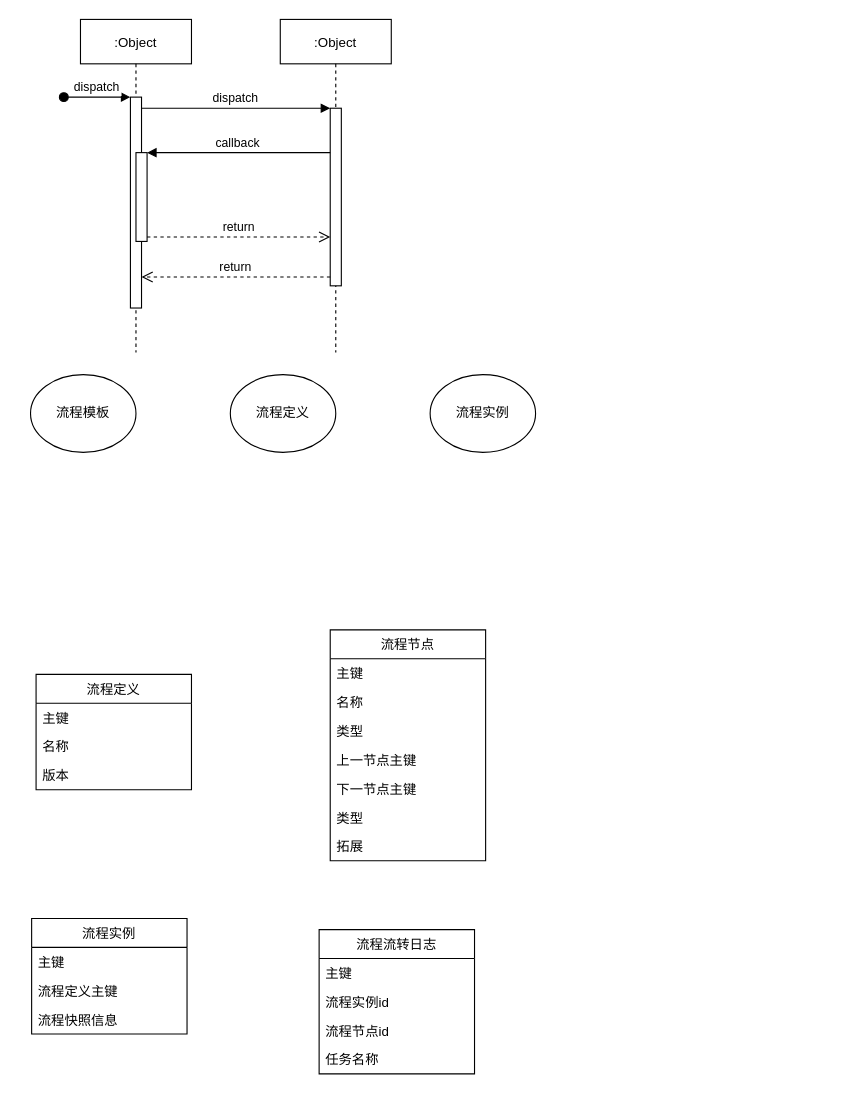
Earlier version of the draw.io diagram 工作流.drawio (zzuklj/draw-io-respository). Source tidied: cells renumbered, new cells numbered last; positions are measured from the earlier drawing's top-left corner, leaving out a move shared by most shapes. Both pictures are drawn from the tidied source at 111%, with x=0, y=0 at pixel (30, 19).
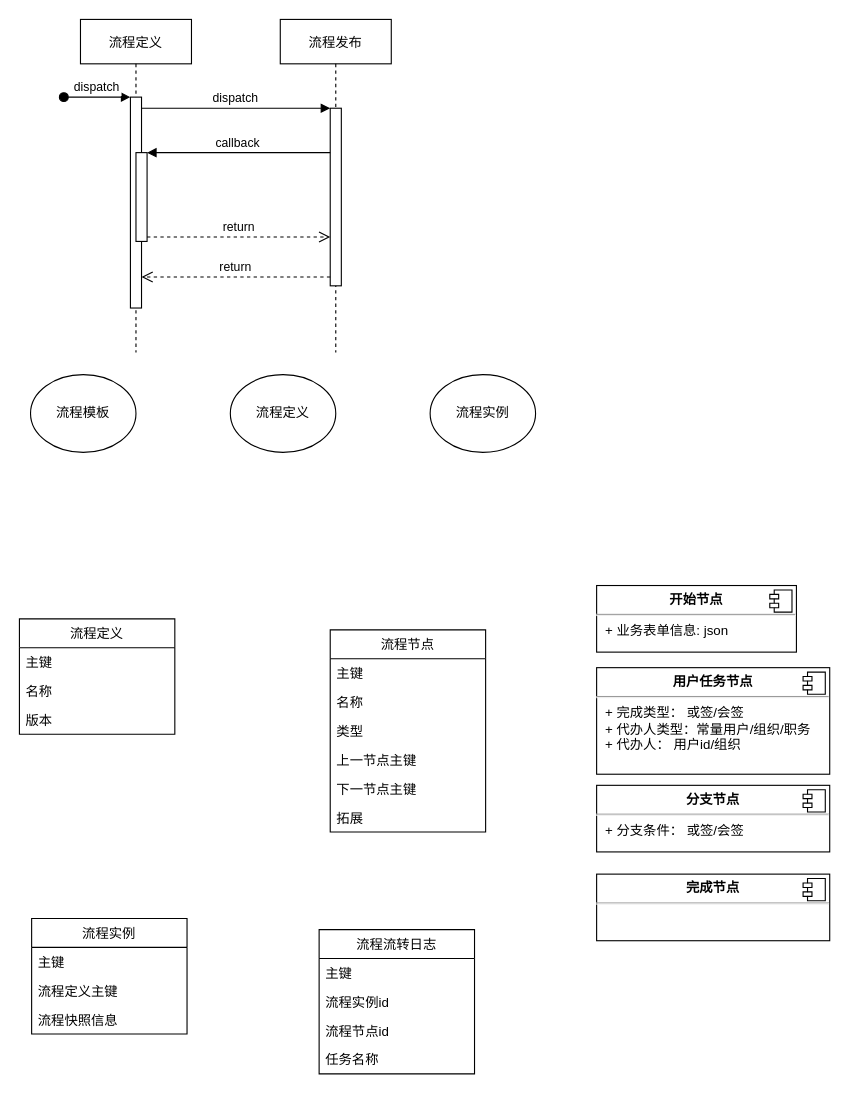
The same page after the edit.

The edit, as a diff of the source:
```diff
@@
-    <mxCell id="2" value=":Object" style="shape=umlLifeline;perimeter=lifelinePerimeter;rounded=0;shadow=0;strokeWidth=1;" parent="1" vertex="1">
+    <mxCell id="2" value="流程定义" style="shape=umlLifeline;perimeter=lifelinePerimeter;rounded=0;shadow=0;strokeWidth=1;" parent="1" vertex="1">
       <mxGeometry x="45" width="100" height="300" as="geometry" />
     </mxCell>
@@
-    <mxCell id="6" value=":Object" style="shape=umlLifeline;perimeter=lifelinePerimeter;rounded=0;shadow=0;strokeWidth=1;" parent="1" vertex="1">
+    <mxCell id="6" value="流程发布" style="shape=umlLifeline;perimeter=lifelinePerimeter;rounded=0;shadow=0;strokeWidth=1;" parent="1" vertex="1">
       <mxGeometry x="225" width="100" height="300" as="geometry" />
     </mxCell>
@@
     <mxCell id="15" value="流程定义" style="swimlane;fontStyle=0;horizontal=1;startSize=26;fillColor=none;" parent="1" vertex="1">
-      <mxGeometry x="5" y="590" width="140" height="104" as="geometry" />
+      <mxGeometry x="-10" y="540" width="140" height="104" as="geometry" />
     </mxCell>
@@
     <mxCell id="19" value="流程节点" style="swimlane;fontStyle=0;horizontal=1;startSize=26;fillColor=none;" parent="1" vertex="1">
-      <mxGeometry x="270" y="550" width="140" height="208" as="geometry" />
+      <mxGeometry x="270" y="550" width="140" height="182" as="geometry" />
     </mxCell>
@@
-    <mxCell id="25" value="类型" style="text;strokeColor=none;fillColor=none;align=left;verticalAlign=top;spacingLeft=4;spacingRight=4;overflow=hidden;" parent="19" vertex="1">
-      <mxGeometry y="156" width="140" height="26" as="geometry" />
-    </mxCell>
     <mxCell id="26" value="拓展" style="text;strokeColor=none;fillColor=none;align=left;verticalAlign=top;spacingLeft=4;spacingRight=4;overflow=hidden;" parent="19" vertex="1">
-      <mxGeometry y="182" width="140" height="26" as="geometry" />
+      <mxGeometry y="156" width="140" height="26" as="geometry" />
     </mxCell>
@@
+    <mxCell id="36" value="&lt;p style=&quot;margin:0px;margin-top:6px;text-align:center;&quot;&gt;&lt;b&gt;开始节点&lt;/b&gt;&lt;/p&gt;&lt;hr&gt;&lt;p style=&quot;margin:0px;margin-left:8px;&quot;&gt;+ 业务表单信息: json&lt;br&gt;&lt;/p&gt;" style="align=left;overflow=fill;html=1;" parent="1" vertex="1">
+      <mxGeometry x="510" y="510" width="180" height="60" as="geometry" />
+    </mxCell>
+    <mxCell id="37" style="shape=component;jettyWidth=8;jettyHeight=4;" parent="36" vertex="1">
+      <mxGeometry x="1" width="20" height="20" relative="1" as="geometry">
+        <mxPoint x="-24" y="4" as="offset" />
+      </mxGeometry>
+    </mxCell>
+    <mxCell id="38" value="&lt;p style=&quot;margin:0px;margin-top:6px;text-align:center;&quot;&gt;&lt;b&gt;用户任务节点&lt;/b&gt;&lt;/p&gt;&lt;hr&gt;&lt;p style=&quot;margin:0px;margin-left:8px;&quot;&gt;+ 完成类型： 或签/会签&lt;br&gt;&lt;/p&gt;&lt;p style=&quot;margin:0px;margin-left:8px;&quot;&gt;+ 代办人类型：常量用户/组织/职务&lt;/p&gt;&lt;p style=&quot;margin:0px;margin-left:8px;&quot;&gt;+ 代办人： 用户id/组织&lt;br&gt;&lt;br&gt;&lt;br&gt;&lt;/p&gt;&lt;p style=&quot;margin:0px;margin-left:8px;&quot;&gt;&lt;br&gt;&lt;/p&gt;" style="align=left;overflow=fill;html=1;" parent="1" vertex="1">
+      <mxGeometry x="510" y="584" width="210" height="96" as="geometry" />
+    </mxCell>
+    <mxCell id="39" style="shape=component;jettyWidth=8;jettyHeight=4;" parent="38" vertex="1">
+      <mxGeometry x="1" width="20" height="20" relative="1" as="geometry">
+        <mxPoint x="-24" y="4" as="offset" />
+      </mxGeometry>
+    </mxCell>
+    <mxCell id="40" value="&lt;p style=&quot;margin:0px;margin-top:6px;text-align:center;&quot;&gt;&lt;b&gt;分支节点&lt;/b&gt;&lt;/p&gt;&lt;hr&gt;&lt;p style=&quot;margin:0px;margin-left:8px;&quot;&gt;+ 分支条件： 或签/会签&lt;/p&gt;&lt;p style=&quot;margin:0px;margin-left:8px;&quot;&gt;&lt;br&gt;&lt;br&gt;&lt;/p&gt;&lt;p style=&quot;margin:0px;margin-left:8px;&quot;&gt;&lt;br&gt;&lt;/p&gt;" style="align=left;overflow=fill;html=1;" parent="1" vertex="1">
+      <mxGeometry x="510" y="690" width="210" height="60" as="geometry" />
+    </mxCell>
+    <mxCell id="41" style="shape=component;jettyWidth=8;jettyHeight=4;" parent="40" vertex="1">
+      <mxGeometry x="1" width="20" height="20" relative="1" as="geometry">
+        <mxPoint x="-24" y="4" as="offset" />
+      </mxGeometry>
+    </mxCell>
+    <mxCell id="42" value="&lt;p style=&quot;margin:0px;margin-top:6px;text-align:center;&quot;&gt;&lt;b&gt;完成节点&lt;/b&gt;&lt;/p&gt;&lt;hr&gt;&lt;p style=&quot;margin:0px;margin-left:8px;&quot;&gt;&lt;br&gt;&lt;/p&gt;&lt;p style=&quot;margin:0px;margin-left:8px;&quot;&gt;&lt;br&gt;&lt;br&gt;&lt;/p&gt;&lt;p style=&quot;margin:0px;margin-left:8px;&quot;&gt;&lt;br&gt;&lt;/p&gt;" style="align=left;overflow=fill;html=1;" parent="1" vertex="1">
+      <mxGeometry x="510" y="770" width="210" height="60" as="geometry" />
+    </mxCell>
+    <mxCell id="43" style="shape=component;jettyWidth=8;jettyHeight=4;" parent="42" vertex="1">
+      <mxGeometry x="1" width="20" height="20" relative="1" as="geometry">
+        <mxPoint x="-24" y="4" as="offset" />
+      </mxGeometry>
+    </mxCell>
```
